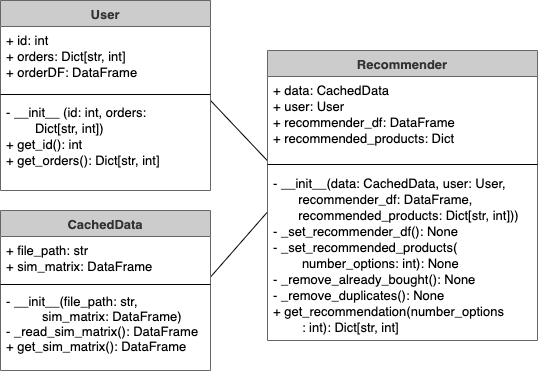
Above: docs/Class.png in steffenkk/recommendation-app (draw.io), before the change. Source tidied: cells renumbered, new cells last; positions are measured from the earlier drawing's top-left corner, leaving out a move shared by most shapes. The source it was exported from:
```xml
<mxGraphModel>
  <root>
    <mxCell id="0" />
    <mxCell id="1" parent="0" />
    <mxCell id="2" style="endArrow=none;html=1;fontSize=13;entryX=0.013;entryY=-0.023;entryDx=0;entryDy=0;entryPerimeter=0;" parent="1" edge="1" target="15">
      <mxGeometry relative="1" as="geometry">
        <mxPoint x="210" y="100" as="sourcePoint" />
      </mxGeometry>
    </mxCell>
    <mxCell id="3" style="endArrow=none;html=1;fontSize=13;" parent="1" edge="1">
      <mxGeometry relative="1" as="geometry">
        <mxPoint x="207" y="280" as="sourcePoint" />
        <mxPoint x="277" y="200" as="targetPoint" />
      </mxGeometry>
    </mxCell>
    <mxCell id="4" value="User" style="swimlane;fontStyle=1;align=center;verticalAlign=top;horizontal=1;startSize=26;shadow=0;strokeWidth=1;strokeColor=#666666;fontColor=#333333;fontSize=13;fillColor=#CCCCCC;swimlaneFillColor=#ffffff;" parent="1" vertex="1">
      <mxGeometry width="210" height="190" as="geometry" />
    </mxCell>
    <mxCell id="5" value="+ id: int&#10;+ orders: Dict[str, int]&#10;+ orderDF: DataFrame" style="text;align=left;verticalAlign=top;spacingLeft=4;spacingRight=4;overflow=hidden;fontSize=13;" parent="4" vertex="1">
      <mxGeometry y="26" width="210" height="64" as="geometry" />
    </mxCell>
    <mxCell id="6" style="line;html=1;strokeWidth=1;align=left;verticalAlign=middle;spacingTop=-1;spacingLeft=3;spacingRight=3;labelPosition=right;fontSize=13;" parent="4" vertex="1">
      <mxGeometry y="90" width="210" height="8" as="geometry" />
    </mxCell>
    <mxCell id="7" value="- __init__ (id: int, orders: &#10;        Dict[str, int])&#10;+ get_id(): int&#10;+ get_orders(): Dict[str, int]" style="text;align=left;verticalAlign=top;spacingLeft=4;spacingRight=4;overflow=hidden;fontSize=13;" parent="4" vertex="1">
      <mxGeometry y="98" width="210" height="78" as="geometry" />
    </mxCell>
    <mxCell id="8" value="CachedData" style="swimlane;fontStyle=1;align=center;verticalAlign=top;horizontal=1;startSize=26;shadow=0;strokeWidth=1;strokeColor=#666666;fontColor=#333333;fontSize=13;fillColor=#CCCCCC;swimlaneFillColor=#ffffff;" parent="1" vertex="1">
      <mxGeometry y="210" width="210" height="160" as="geometry" />
    </mxCell>
    <mxCell id="9" value="+ file_path: str&#10;+ sim_matrix: DataFrame" style="text;align=left;verticalAlign=top;spacingLeft=4;spacingRight=4;overflow=hidden;fontSize=13;" parent="8" vertex="1">
      <mxGeometry y="26" width="210" height="44" as="geometry" />
    </mxCell>
    <mxCell id="10" style="line;html=1;strokeWidth=1;align=left;verticalAlign=middle;spacingTop=-1;spacingLeft=3;spacingRight=3;labelPosition=right;fontSize=13;" parent="8" vertex="1">
      <mxGeometry y="70" width="210" height="8" as="geometry" />
    </mxCell>
    <mxCell id="11" value="- __init__(file_path: str, &lt;br style=&quot;font-size: 13px;&quot;&gt;&amp;nbsp; &amp;nbsp; &amp;nbsp; &amp;nbsp; &amp;nbsp; sim_matrix: DataFrame)&lt;br style=&quot;font-size: 13px;&quot;&gt;- _read_sim_matrix(): DataFrame&lt;br style=&quot;font-size: 13px;&quot;&gt;+ get_sim_matrix(): DataFrame" style="text;html=1;align=left;verticalAlign=middle;spacingLeft=4;fontSize=13;" parent="8" vertex="1">
      <mxGeometry y="78" width="210" height="70" as="geometry" />
    </mxCell>
    <mxCell id="12" value="Recommender" style="swimlane;fontStyle=1;align=center;verticalAlign=top;horizontal=1;startSize=26;shadow=0;strokeWidth=1;strokeColor=#666666;fontColor=#333333;fontSize=13;fillColor=#CCCCCC;swimlaneFillColor=#ffffff;" parent="1" vertex="1">
      <mxGeometry x="267" y="50" width="270" height="290" as="geometry" />
    </mxCell>
    <mxCell id="13" value="+ data: CachedData&#10;+ user: User&#10;+ recommender_df: DataFrame&#10;+ recommended_products: Dict" style="text;align=left;verticalAlign=top;spacingLeft=4;spacingRight=4;overflow=hidden;shadow=0;html=0;fontSize=13;" parent="12" vertex="1">
      <mxGeometry y="26" width="270" height="84" as="geometry" />
    </mxCell>
    <mxCell id="14" style="line;html=1;strokeWidth=1;align=left;verticalAlign=middle;spacingTop=-1;spacingLeft=3;spacingRight=3;labelPosition=right;fontSize=13;" parent="12" vertex="1">
      <mxGeometry y="110" width="270" height="8" as="geometry" />
    </mxCell>
    <mxCell id="15" value="- __init__(data: CachedData, user: User, &#10;       recommender_df: DataFrame, &#10;       recommended_products: Dict[str, int]))&#10;- _set_recommender_df(): None&#10;- _set_recommended_products(&#10;        number_options: int): None&#10;- _remove_already_bought(): None&#10;- _remove_duplicates(): None&#10;+ get_recommendation(number_options&#10;        : int): Dict[str, int]" style="text;align=left;verticalAlign=top;spacingLeft=4;spacingRight=4;overflow=hidden;points=[[0,0.5],[1,0.5]];portConstraint=eastwest;spacingTop=1;spacing=2;fontSize=13;" parent="12" vertex="1">
      <mxGeometry y="118" width="270" height="172" as="geometry" />
    </mxCell>
  </root>
</mxGraphModel>
```
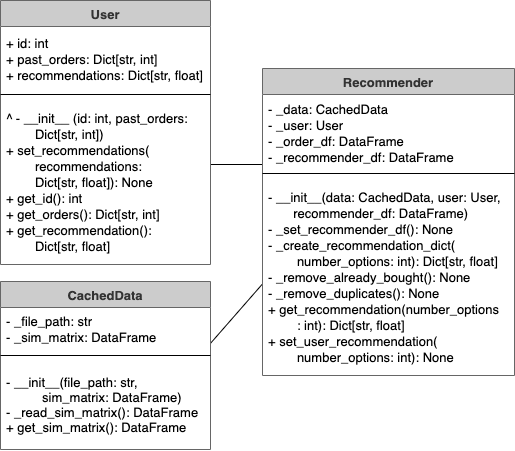
The same file after the commit.

Diff of the diagram source:
```diff
@@ -2,9 +2,10 @@
   <root>
     <mxCell id="0" />
     <mxCell id="1" parent="0" />
-    <mxCell id="2" style="endArrow=none;html=1;fontSize=13;entryX=0.013;entryY=-0.023;entryDx=0;entryDy=0;entryPerimeter=0;" parent="1" edge="1" target="15">
+    <mxCell id="2" style="endArrow=none;html=1;fontSize=13;" parent="1" edge="1">
       <mxGeometry relative="1" as="geometry">
-        <mxPoint x="210" y="100" as="sourcePoint" />
+        <mxPoint x="210" y="92" as="sourcePoint" />
+        <mxPoint x="270" y="92" as="targetPoint" />
       </mxGeometry>
     </mxCell>
     <mxCell id="3" style="endArrow=none;html=1;fontSize=13;" parent="1" edge="1">
@@ -14,40 +15,40 @@
       </mxGeometry>
     </mxCell>
     <mxCell id="4" value="User" style="swimlane;fontStyle=1;align=center;verticalAlign=top;horizontal=1;startSize=26;shadow=0;strokeWidth=1;strokeColor=#666666;fontColor=#333333;fontSize=13;fillColor=#CCCCCC;swimlaneFillColor=#ffffff;" parent="1" vertex="1">
-      <mxGeometry width="210" height="190" as="geometry" />
+      <mxGeometry x="5" y="-72" width="210" height="264" as="geometry" />
     </mxCell>
-    <mxCell id="5" value="+ id: int&#10;+ orders: Dict[str, int]&#10;+ orderDF: DataFrame" style="text;align=left;verticalAlign=top;spacingLeft=4;spacingRight=4;overflow=hidden;fontSize=13;" parent="4" vertex="1">
+    <mxCell id="5" value="+ id: int&#10;+ past_orders: Dict[str, int]&#10;+ recommendations: Dict[str, float]" style="text;align=left;verticalAlign=middle;spacingLeft=4;spacingRight=4;overflow=hidden;fontSize=13;spacingTop=1;" parent="4" vertex="1">
       <mxGeometry y="26" width="210" height="64" as="geometry" />
     </mxCell>
     <mxCell id="6" style="line;html=1;strokeWidth=1;align=left;verticalAlign=middle;spacingTop=-1;spacingLeft=3;spacingRight=3;labelPosition=right;fontSize=13;" parent="4" vertex="1">
       <mxGeometry y="90" width="210" height="8" as="geometry" />
     </mxCell>
-    <mxCell id="7" value="- __init__ (id: int, orders: &#10;        Dict[str, int])&#10;+ get_id(): int&#10;+ get_orders(): Dict[str, int]" style="text;align=left;verticalAlign=top;spacingLeft=4;spacingRight=4;overflow=hidden;fontSize=13;" parent="4" vertex="1">
-      <mxGeometry y="98" width="210" height="78" as="geometry" />
+    <mxCell id="7" value="^ - __init__ (id: int, past_orders: &#10;        Dict[str, int])&#10;+ set_recommendations(&#10;        recommendations: &#10;        Dict[str, float]): None&#10;+ get_id(): int&#10;+ get_orders(): Dict[str, int]&#10;+ get_recommendation(): &#10;        Dict[str, float]" style="text;align=left;verticalAlign=middle;spacingLeft=4;spacingRight=4;overflow=hidden;fontSize=13;spacingTop=1;" parent="4" vertex="1">
+      <mxGeometry y="98" width="210" height="166" as="geometry" />
     </mxCell>
     <mxCell id="8" value="CachedData" style="swimlane;fontStyle=1;align=center;verticalAlign=top;horizontal=1;startSize=26;shadow=0;strokeWidth=1;strokeColor=#666666;fontColor=#333333;fontSize=13;fillColor=#CCCCCC;swimlaneFillColor=#ffffff;" parent="1" vertex="1">
-      <mxGeometry y="210" width="210" height="160" as="geometry" />
+      <mxGeometry x="5" y="209" width="210" height="168" as="geometry" />
     </mxCell>
-    <mxCell id="9" value="+ file_path: str&#10;+ sim_matrix: DataFrame" style="text;align=left;verticalAlign=top;spacingLeft=4;spacingRight=4;overflow=hidden;fontSize=13;" parent="8" vertex="1">
+    <mxCell id="9" value="- _file_path: str&#10;- _sim_matrix: DataFrame" style="text;align=left;verticalAlign=top;spacingLeft=4;spacingRight=4;overflow=hidden;fontSize=13;" parent="8" vertex="1">
       <mxGeometry y="26" width="210" height="44" as="geometry" />
     </mxCell>
     <mxCell id="10" style="line;html=1;strokeWidth=1;align=left;verticalAlign=middle;spacingTop=-1;spacingLeft=3;spacingRight=3;labelPosition=right;fontSize=13;" parent="8" vertex="1">
       <mxGeometry y="70" width="210" height="8" as="geometry" />
     </mxCell>
-    <mxCell id="11" value="- __init__(file_path: str, &lt;br style=&quot;font-size: 13px;&quot;&gt;&amp;nbsp; &amp;nbsp; &amp;nbsp; &amp;nbsp; &amp;nbsp; sim_matrix: DataFrame)&lt;br style=&quot;font-size: 13px;&quot;&gt;- _read_sim_matrix(): DataFrame&lt;br style=&quot;font-size: 13px;&quot;&gt;+ get_sim_matrix(): DataFrame" style="text;html=1;align=left;verticalAlign=middle;spacingLeft=4;fontSize=13;" parent="8" vertex="1">
-      <mxGeometry y="78" width="210" height="70" as="geometry" />
+    <mxCell id="11" value="&lt;p style=&quot;line-height: 120%&quot;&gt;- __init__(file_path: str, &lt;br style=&quot;font-size: 13px&quot;&gt;&amp;nbsp; &amp;nbsp; &amp;nbsp; &amp;nbsp; &amp;nbsp; sim_matrix: DataFrame)&lt;br style=&quot;font-size: 13px&quot;&gt;- _read_sim_matrix(): DataFrame&lt;br style=&quot;font-size: 13px&quot;&gt;+ get_sim_matrix(): DataFrame&lt;/p&gt;" style="text;html=1;align=left;verticalAlign=middle;spacingLeft=4;fontSize=13;" parent="8" vertex="1">
+      <mxGeometry y="78" width="210" height="90" as="geometry" />
     </mxCell>
     <mxCell id="12" value="Recommender" style="swimlane;fontStyle=1;align=center;verticalAlign=top;horizontal=1;startSize=26;shadow=0;strokeWidth=1;strokeColor=#666666;fontColor=#333333;fontSize=13;fillColor=#CCCCCC;swimlaneFillColor=#ffffff;" parent="1" vertex="1">
-      <mxGeometry x="267" y="50" width="270" height="290" as="geometry" />
+      <mxGeometry x="267" y="-4" width="252" height="307" as="geometry" />
     </mxCell>
-    <mxCell id="13" value="+ data: CachedData&#10;+ user: User&#10;+ recommender_df: DataFrame&#10;+ recommended_products: Dict" style="text;align=left;verticalAlign=top;spacingLeft=4;spacingRight=4;overflow=hidden;shadow=0;html=0;fontSize=13;" parent="12" vertex="1">
-      <mxGeometry y="26" width="270" height="84" as="geometry" />
+    <mxCell id="13" value="- _data: CachedData&#10;- _user: User&#10;- _order_df: DataFrame&#10;- _recommender_df: DataFrame" style="text;align=left;verticalAlign=middle;spacingLeft=4;spacingRight=4;overflow=hidden;shadow=0;html=0;fontSize=13;spacingTop=1;" parent="12" vertex="1">
+      <mxGeometry y="26" width="252" height="75" as="geometry" />
     </mxCell>
     <mxCell id="14" style="line;html=1;strokeWidth=1;align=left;verticalAlign=middle;spacingTop=-1;spacingLeft=3;spacingRight=3;labelPosition=right;fontSize=13;" parent="12" vertex="1">
-      <mxGeometry y="110" width="270" height="8" as="geometry" />
+      <mxGeometry y="101" width="252" height="8" as="geometry" />
     </mxCell>
-    <mxCell id="15" value="- __init__(data: CachedData, user: User, &#10;       recommender_df: DataFrame, &#10;       recommended_products: Dict[str, int]))&#10;- _set_recommender_df(): None&#10;- _set_recommended_products(&#10;        number_options: int): None&#10;- _remove_already_bought(): None&#10;- _remove_duplicates(): None&#10;+ get_recommendation(number_options&#10;        : int): Dict[str, int]" style="text;align=left;verticalAlign=top;spacingLeft=4;spacingRight=4;overflow=hidden;points=[[0,0.5],[1,0.5]];portConstraint=eastwest;spacingTop=1;spacing=2;fontSize=13;" parent="12" vertex="1">
-      <mxGeometry y="118" width="270" height="172" as="geometry" />
+    <mxCell id="15" value="- __init__(data: CachedData, user: User, &#10;       recommender_df: DataFrame)&#10;- _set_recommender_df(): None&#10;- _create_recommendation_dict(&#10;        number_options: int): Dict[str, float]&#10;- _remove_already_bought(): None&#10;- _remove_duplicates(): None&#10;+ get_recommendation(number_options&#10;        : int): Dict[str, float]&#10;+ set_user_recommendation(&#10;        number_options: int): None" style="text;align=left;verticalAlign=middle;spacingLeft=4;spacingRight=4;overflow=hidden;points=[[0,0.5],[1,0.5]];portConstraint=eastwest;spacingTop=1;spacing=2;fontSize=13;horizontal=1;" parent="12" vertex="1">
+      <mxGeometry y="109" width="252" height="198" as="geometry" />
     </mxCell>
   </root>
 </mxGraphModel>
```
